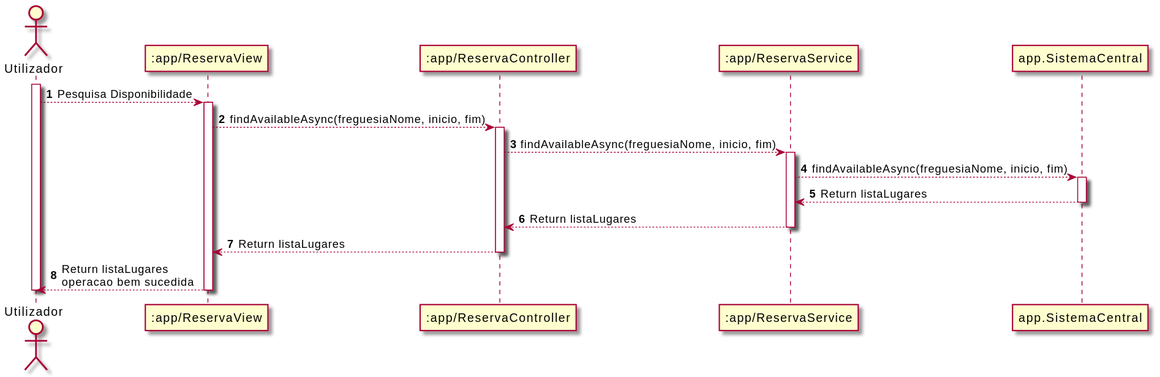
Before: Documentos/Sprint4/UC4/SD_UC4.svg, a diagram exported from PlantUML (UPskillDOTNET/Jakim-das-Coives-S.A.).
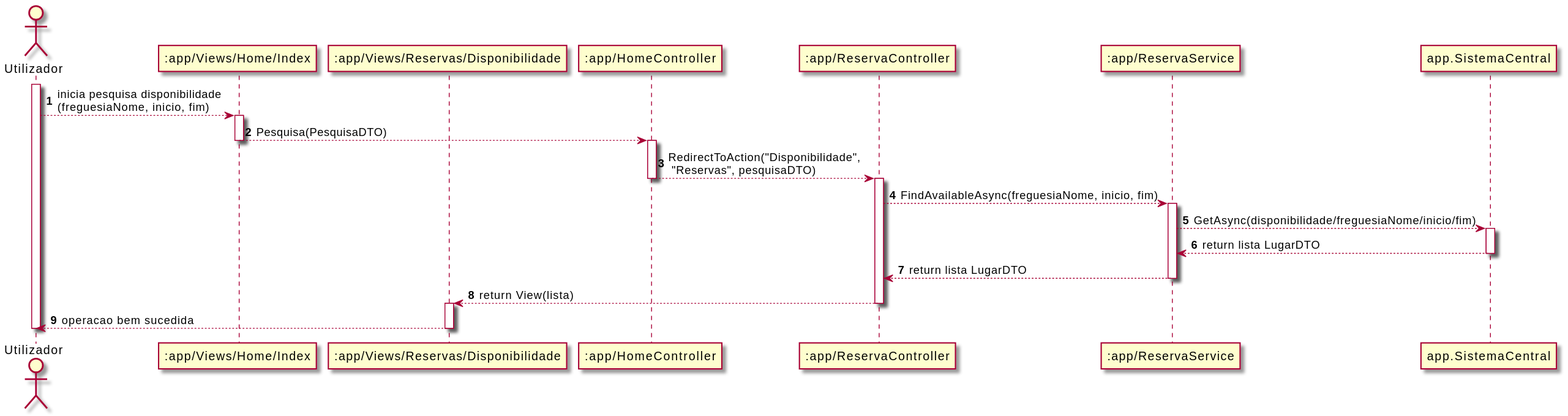
After the commit.

Diff of the diagram source:
```diff
@@ -1,36 +1,44 @@
 @startuml
 autonumber
 actor "Utilizador" as U
-participant ":app/ReservaView" as RV
+participant ":app/Views/Home/Index" as HV
+participant ":app/Views/Reservas/Disponibilidade" as DV
+participant ":app/HomeController" as HC
 participant ":app/ReservaController" as RC
 participant ":app/ReservaService" as RS
 participant "app.SistemaCentral" as API
 
 activate U
 
-U --> RV: Pesquisa Disponibilidade
-activate RV
+U --> HV: inicia pesquisa disponibilidade \n(freguesiaNome, inicio, fim)
+activate HV
 
-RV --> RC: findAvailableAsync(freguesiaNome, inicio, fim)
+HV --> HC: Pesquisa(PesquisaDTO)
+deactivate HV
+activate HC
+
+HC --> RC: RedirectToAction("Disponibilidade",\n "Reservas", pesquisaDTO)
+deactivate HC
 activate RC
 
-RC --> RS: findAvailableAsync(freguesiaNome, inicio, fim)
+RC --> RS: FindAvailableAsync(freguesiaNome, inicio, fim)
 activate RS
 
-RS --> API: findAvailableAsync(freguesiaNome, inicio, fim)
+RS --> API: GetAsync(disponibilidade/freguesiaNome/inicio/fim)
 activate API
 
-API --> RS:Return listaLugares
+API --> RS: return lista LugarDTO
 deactivate API
 
-RS --> RC: Return listaLugares
+RS --> RC: return lista LugarDTO
 deactivate RS
 
-RC --> RV: Return listaLugares
+RC --> DV: return View(lista)
 deactivate RC
+activate DV
 
-RV --> U: Return listaLugares\noperacao bem sucedida
-deactivate RV
+DV --> U: operacao bem sucedida
+deactivate DV
 
 deactivate U
 @enduml
```
